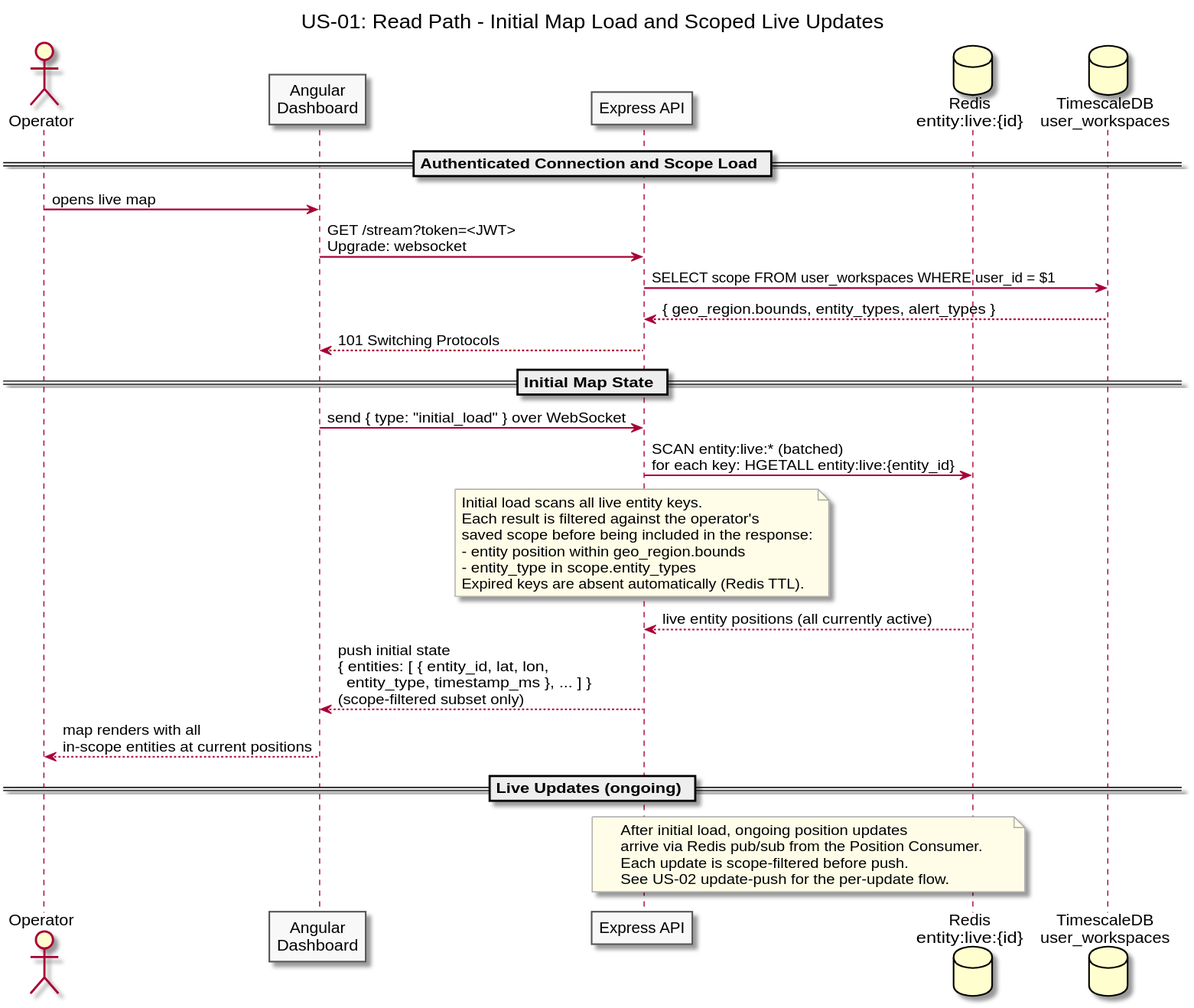
Earlier version of the PlantUML export diagrams/docs/use-cases/US-01-live-entity-tracking/read-path.svg (Buffden/sentinel).
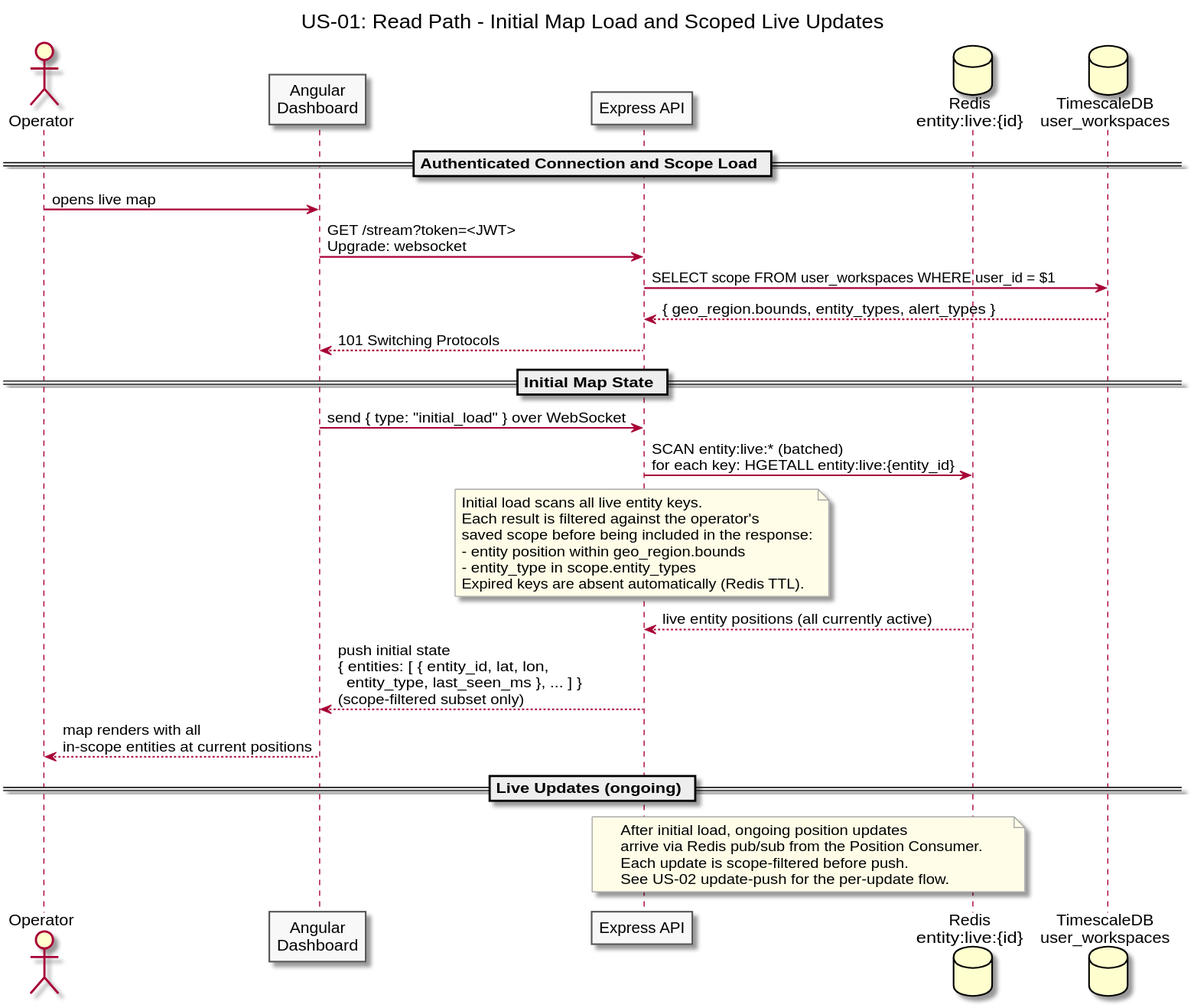
After the change.

Diff of the diagram source:
```diff
@@ -40,7 +40,7 @@
 
 Redis --> API : live entity positions (all currently active)
 
-API --> Dashboard : push initial state\n{ entities: [ { entity_id, lat, lon,\n  entity_type, timestamp_ms }, ... ] }\n(scope-filtered subset only)
+API --> Dashboard : push initial state\n{ entities: [ { entity_id, lat, lon,\n  entity_type, last_seen_ms }, ... ] }\n(scope-filtered subset only)
 
 Dashboard --> Operator : map renders with all\nin-scope entities at current positions
 
```
